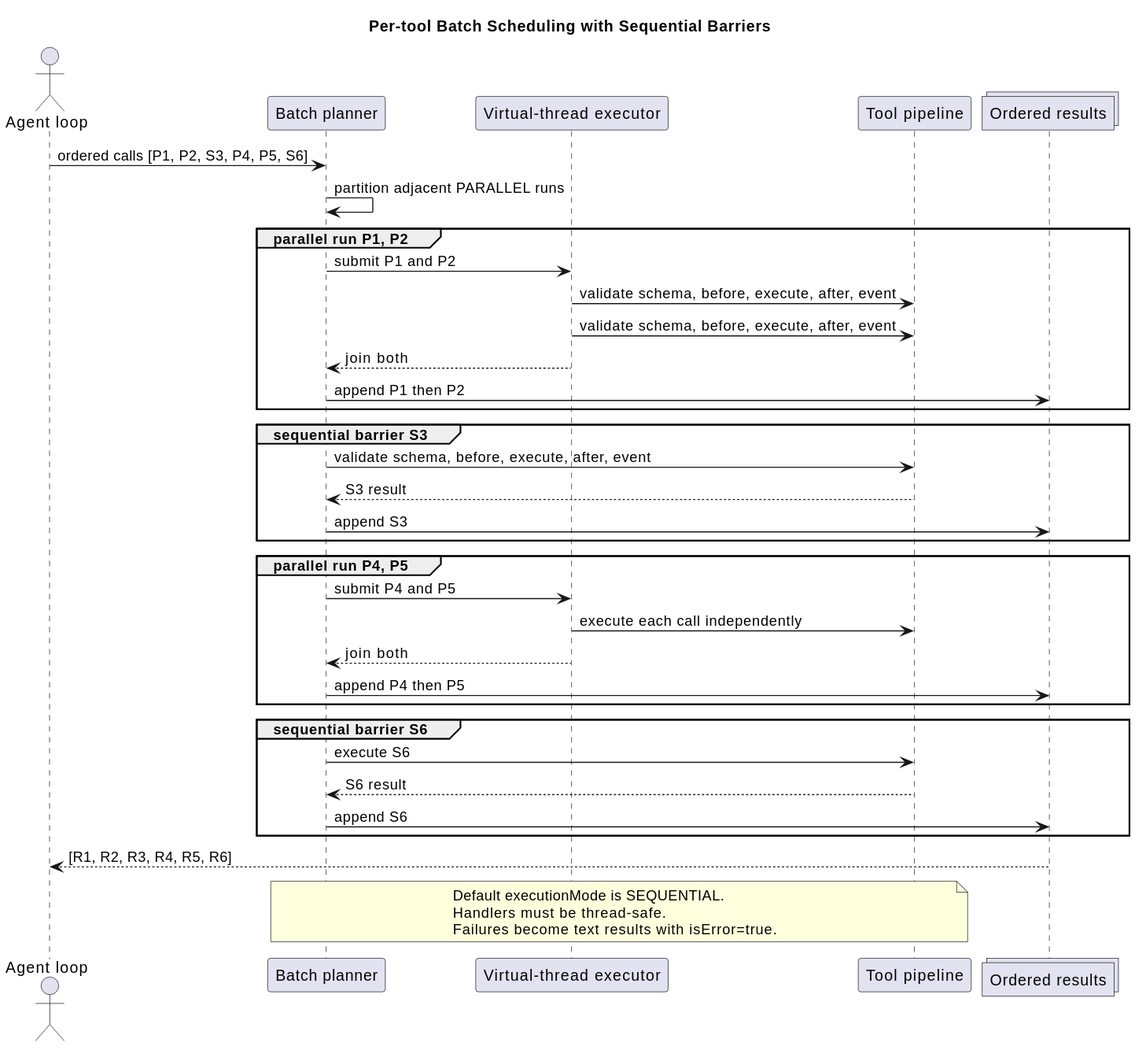
ssm0808/pi-mono-java-design keeps this PlantUML diagram as pi-mono-java-tool-system/tool_batch_scheduling.svg. Above is the earlier version.
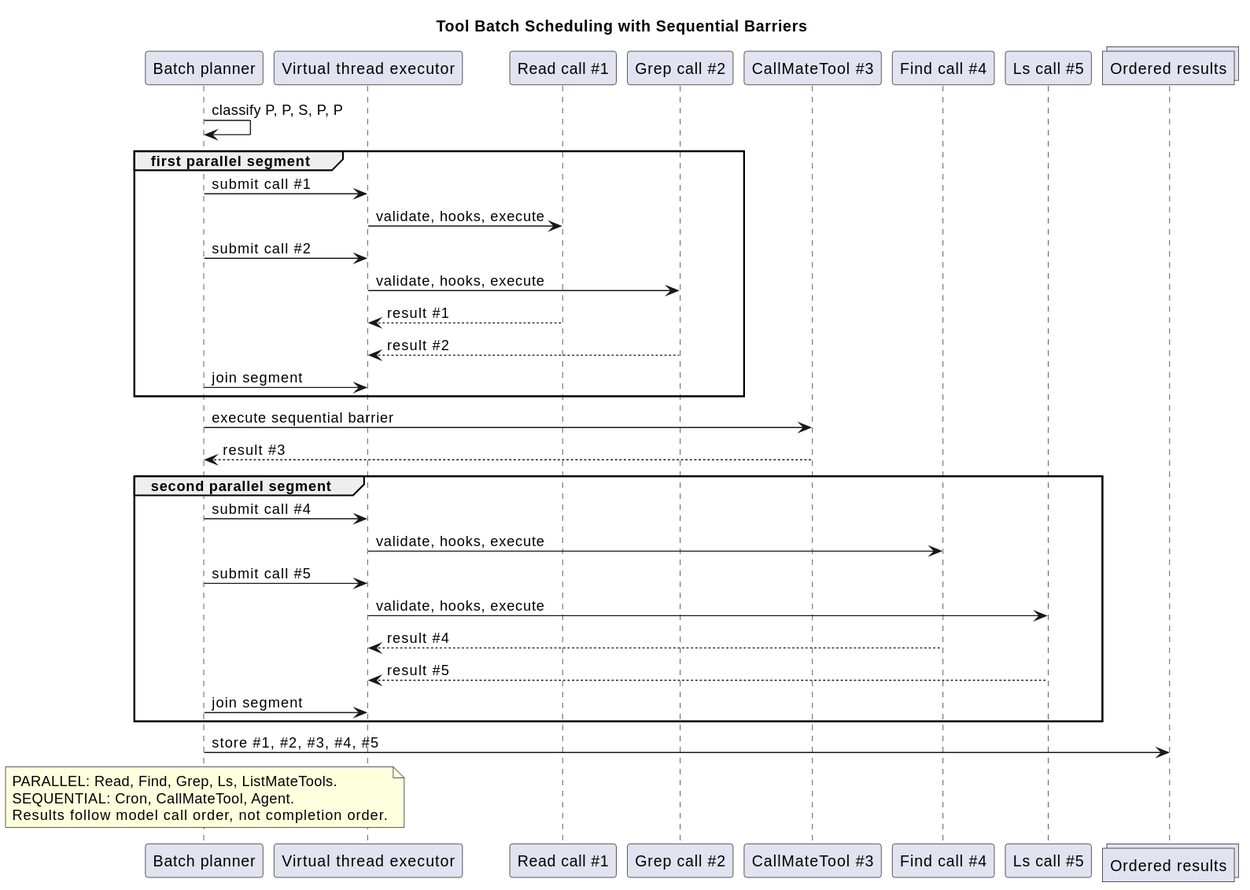
After the change.

Diff of the diagram source:
```diff
@@ -1,49 +1,43 @@
 @startuml
-title Per-tool Batch Scheduling with Sequential Barriers
+title Tool Batch Scheduling with Sequential Barriers
+skinparam shadowing false
 
 
-skinparam shadowing false
-actor "Agent loop" as LOOP
-participant "Batch planner" as PLAN
-participant "Virtual-thread executor" as VTE
-participant "Tool pipeline" as PIPE
-collections "Ordered results" as RESULTS
+participant "Batch planner" as Planner
+participant "Virtual thread executor" as Executor
+participant "Read call #1" as P1
+participant "Grep call #2" as P2
+participant "CallMateTool #3" as S3
+participant "Find call #4" as P4
+participant "Ls call #5" as P5
+collections "Ordered results" as Results
 
-LOOP -> PLAN : ordered calls [P1, P2, S3, P4, P5, S6]
-PLAN -> PLAN : partition adjacent PARALLEL runs
+Planner -> Planner : classify P, P, S, P, P
+group first parallel segment
+  Planner -> Executor : submit call #1
+  Executor -> P1 : validate, hooks, execute
+  Planner -> Executor : submit call #2
+  Executor -> P2 : validate, hooks, execute
+  P1 --> Executor : result #1
+  P2 --> Executor : result #2
+  Planner -> Executor : join segment
+end
+Planner -> S3 : execute sequential barrier
+S3 --> Planner : result #3
+group second parallel segment
+  Planner -> Executor : submit call #4
+  Executor -> P4 : validate, hooks, execute
+  Planner -> Executor : submit call #5
+  Executor -> P5 : validate, hooks, execute
+  P4 --> Executor : result #4
+  P5 --> Executor : result #5
+  Planner -> Executor : join segment
+end
+Planner -> Results : store #1, #2, #3, #4, #5
 
-group parallel run P1, P2
-  PLAN -> VTE : submit P1 and P2
-  VTE -> PIPE : validate schema, before, execute, after, event
-  VTE -> PIPE : validate schema, before, execute, after, event
-  VTE --> PLAN : join both
-  PLAN -> RESULTS : append P1 then P2
-end
-
-group sequential barrier S3
-  PLAN -> PIPE : validate schema, before, execute, after, event
-  PIPE --> PLAN : S3 result
-  PLAN -> RESULTS : append S3
-end
-
-group parallel run P4, P5
-  PLAN -> VTE : submit P4 and P5
-  VTE -> PIPE : execute each call independently
-  VTE --> PLAN : join both
-  PLAN -> RESULTS : append P4 then P5
-end
-
-group sequential barrier S6
-  PLAN -> PIPE : execute S6
-  PIPE --> PLAN : S6 result
-  PLAN -> RESULTS : append S6
-end
-
-RESULTS --> LOOP : [R1, R2, R3, R4, R5, R6]
-
-note over PLAN,PIPE
-Default executionMode is SEQUENTIAL.
-Handlers must be thread-safe.
-Failures become text results with isError=true.
+note over Planner
+PARALLEL: Read, Find, Grep, Ls, ListMateTools.
+SEQUENTIAL: Cron, CallMateTool, Agent.
+Results follow model call order, not completion order.
 end note
 @enduml
```
